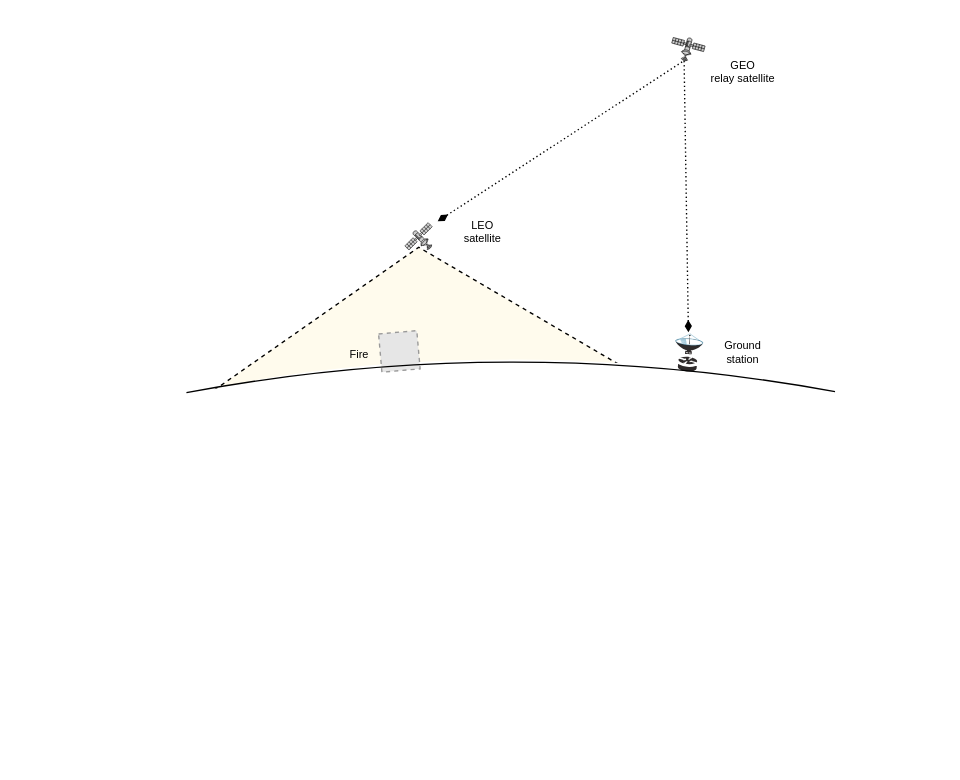
Before: Topology scenario 3.drawio in Mast3rwaf1z/p4, a draw.io diagram. Source tidied: cells renumbered, new cells numbered last; positions are measured from the earlier drawing's top-left corner, leaving out a move shared by most shapes. Both pictures are drawn from the tidied source at 137%, with x=0, y=0 at pixel (99, 30). Pictures stored in the file or linked from it are replaced by grey dashed boxes.
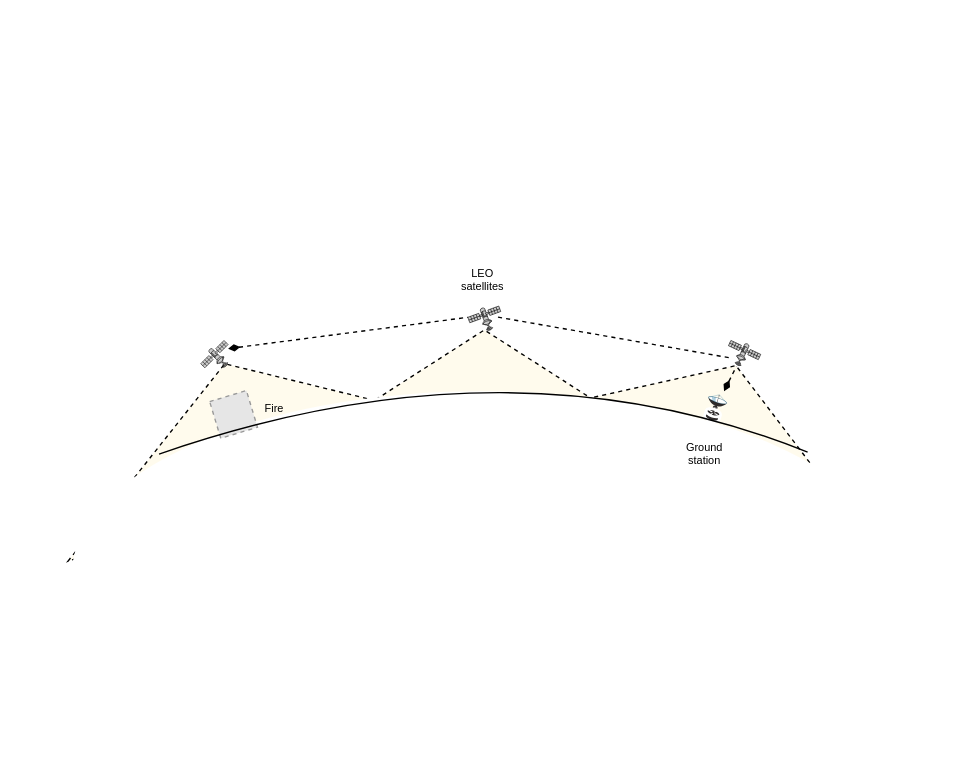
The same page after the edit.

What changed in the source:
```diff
@@
-    <mxCell id="2" style="triangle;whiteSpace=wrap;html=1;fillColor=#fff2cc;dashed=1;rotation=-92.3;strokeColor=none;opacity=35;" parent="1" vertex="1">
-      <mxGeometry x="179.8" y="40" width="111.1" height="347" as="geometry" />
-    </mxCell>
+    <mxCell id="16" style="triangle;whiteSpace=wrap;html=1;fillColor=#fff2cc;dashed=1;rotation=-108.9;strokeColor=none;opacity=35;" parent="1" vertex="1">
+      <mxGeometry x="58" y="135" width="99.3" height="310" as="geometry" />
+    </mxCell>
+    <mxCell id="17" style="triangle;whiteSpace=wrap;html=1;fillColor=#fff2cc;dashed=1;rotation=-90;strokeColor=none;opacity=35;" parent="1" vertex="1">
+      <mxGeometry x="231.4" y="113" width="99.3" height="310" as="geometry" />
+    </mxCell>
+    <mxCell id="18" style="triangle;whiteSpace=wrap;html=1;fillColor=#fff2cc;dashed=1;rotation=-69.9;strokeColor=none;opacity=35;" parent="1" vertex="1">
+      <mxGeometry x="398" y="136" width="99.3" height="310" as="geometry" />
+    </mxCell>
+    <mxCell id="19" style="triangle;whiteSpace=wrap;html=1;fillColor=none;dashed=1;rotation=-69.9;" parent="1" vertex="1">
+      <mxGeometry x="398" y="136" width="99.3" height="310" as="geometry" />
+    </mxCell>
+    <mxCell id="20" style="triangle;whiteSpace=wrap;html=1;fillColor=none;dashed=1;rotation=-90;" parent="1" vertex="1">
+      <mxGeometry x="231.4" y="113" width="99.3" height="310" as="geometry" />
+    </mxCell>
-    <mxCell id="3" style="triangle;whiteSpace=wrap;html=1;fillColor=none;dashed=1;rotation=-92.3;" parent="1" vertex="1">
-      <mxGeometry x="179.8" y="40" width="111.1" height="347" as="geometry" />
+    <mxCell id="3" style="triangle;whiteSpace=wrap;html=1;fillColor=none;dashed=1;rotation=-108.9;" parent="1" vertex="1">
+      <mxGeometry x="58" y="135" width="99.3" height="310" as="geometry" />
     </mxCell>
     <mxCell id="4" style="ellipse;whiteSpace=wrap;html=1;fontSize=8;fillColor=default;strokeColor=none;" parent="1" vertex="1">
-      <mxGeometry y="240" width="600" height="140" as="geometry" />
+      <mxGeometry x="-20" y="263" width="600" height="267" as="geometry" />
     </mxCell>
-    <mxCell id="5" style="fontColor=#0066CC;verticalAlign=top;verticalLabelPosition=bottom;labelPosition=center;align=center;html=1;outlineConnect=0;fillColor=#CCCCCC;strokeColor=#000000;gradientColor=none;gradientDirection=north;strokeWidth=2;shape=mxgraph.networks.satellite;rotation=-90;" parent="1" vertex="1">
-      <mxGeometry x="223" y="140" width="20" height="20" as="geometry" />
+    <mxCell id="5" style="fontColor=#0066CC;verticalAlign=top;verticalLabelPosition=bottom;labelPosition=center;align=center;html=1;outlineConnect=0;fillColor=#CCCCCC;strokeColor=#000000;gradientColor=none;gradientDirection=north;strokeWidth=2;shape=mxgraph.networks.satellite;rotation=-65;" parent="1" vertex="1">
+      <mxGeometry x="271" y="197" width="20" height="20" as="geometry" />
     </mxCell>
-    <mxCell id="6" style="fillColor=#E6E6E6;strokeColor=#999999;dashed=1;html=1;verticalAlign=top;verticalLabelPosition=bottom;labelBackgroundColor=#ffffff;rotation=-5;" parent="1" vertex="1">
-      <mxGeometry x="205" y="220" width="28" height="28" as="geometry" />
+    <mxCell id="6" style="fillColor=#E6E6E6;strokeColor=#999999;dashed=1;html=1;verticalAlign=top;verticalLabelPosition=bottom;labelBackgroundColor=#ffffff;rotation=-16.8;" parent="1" vertex="1">
+      <mxGeometry x="84" y="266" width="28" height="28" as="geometry" />
     </mxCell>
-    <mxCell id="7" style="shape=mxgraph.cisco.wireless.ground_terminal;html=1;dashed=0;fillColor=#2E2A2A;strokeColor=#ffffff;strokeWidth=2;verticalLabelPosition=bottom;verticalAlign=top;align=center;rotation=-85.4;direction=south;" parent="1" vertex="1">
-      <mxGeometry x="415.3" y="225" width="29.4" height="20" as="geometry" />
+    <mxCell id="7" style="shape=mxgraph.cisco.wireless.ground_terminal;html=1;dashed=0;fillColor=#2E2A2A;strokeColor=#ffffff;strokeWidth=2;verticalLabelPosition=bottom;verticalAlign=top;align=center;rotation=-71.7;direction=south;" parent="1" vertex="1">
+      <mxGeometry x="439" y="268" width="21" height="14" as="geometry" />
     </mxCell>
     <mxCell id="8" value="&lt;font style=&quot;font-size: 8px&quot;&gt;Fire&lt;/font&gt;" style="text;html=1;strokeColor=none;fillColor=none;align=center;verticalAlign=middle;whiteSpace=wrap;rounded=0;" parent="1" vertex="1">
-      <mxGeometry x="160" y="220" width="60" height="30" as="geometry" />
+      <mxGeometry x="98" y="260" width="60" height="30" as="geometry" />
     </mxCell>
@@
     <mxCell id="10" value="Ground&lt;br&gt;station" style="text;html=1;strokeColor=none;fillColor=none;align=center;verticalAlign=middle;whiteSpace=wrap;rounded=0;fontSize=8;" parent="1" vertex="1">
-      <mxGeometry x="440" y="220" width="60" height="30" as="geometry" />
+      <mxGeometry x="412" y="294" width="60" height="30" as="geometry" />
     </mxCell>
-    <mxCell id="11" value="&lt;div&gt;LEO&lt;/div&gt;&lt;div&gt;satellite&lt;br&gt;&lt;/div&gt;" style="text;html=1;strokeColor=none;fillColor=none;align=center;verticalAlign=middle;whiteSpace=wrap;rounded=0;fontSize=8;" parent="1" vertex="1">
-      <mxGeometry x="250" y="132" width="60" height="30" as="geometry" />
+    <mxCell id="11" value="&lt;div&gt;LEO&lt;/div&gt;&lt;div&gt;satellites&lt;br&gt;&lt;/div&gt;" style="text;html=1;strokeColor=none;fillColor=none;align=center;verticalAlign=middle;whiteSpace=wrap;rounded=0;fontSize=8;" parent="1" vertex="1">
+      <mxGeometry x="250" y="167" width="60" height="30" as="geometry" />
     </mxCell>
-    <mxCell id="12" style="fontColor=#0066CC;verticalAlign=top;verticalLabelPosition=bottom;labelPosition=center;align=center;html=1;outlineConnect=0;fillColor=#CCCCCC;strokeColor=#000000;gradientColor=none;gradientDirection=north;strokeWidth=2;shape=mxgraph.networks.satellite;rotation=-30;" parent="1" vertex="1">
-      <mxGeometry x="420" width="20" height="20" as="geometry" />
-    </mxCell>
-    <mxCell id="13" value="&lt;div&gt;GEO&lt;br&gt;&lt;/div&gt;&lt;div&gt;relay satellite&lt;br&gt;&lt;/div&gt;" style="text;html=1;strokeColor=none;fillColor=none;align=center;verticalAlign=middle;whiteSpace=wrap;rounded=0;fontSize=8;" parent="1" vertex="1">
-      <mxGeometry x="440" y="15" width="60" height="30" as="geometry" />
-    </mxCell>
-    <mxCell id="14" style="endArrow=none;dashed=1;html=1;rounded=0;entryX=0.07;entryY=0.93;entryDx=0;entryDy=0;entryPerimeter=0;jumpStyle=none;dashPattern=1 2;endFill=0;startArrow=diamondThin;startFill=1;" parent="1" edge="1" target="12">
-      <mxGeometry relative="1" as="geometry">
-        <mxPoint x="247" y="139" as="sourcePoint" />
-      </mxGeometry>
-    </mxCell>
-    <mxCell id="15" style="endArrow=none;dashed=1;html=1;rounded=0;entryX=0.07;entryY=0.93;entryDx=0;entryDy=0;entryPerimeter=0;dashPattern=1 2;startArrow=diamondThin;startFill=1;" parent="1" edge="1" target="12">
-      <mxGeometry relative="1" as="geometry">
-        <mxPoint x="430" y="220" as="sourcePoint" />
-      </mxGeometry>
-    </mxCell>
+    <mxCell id="21" style="fontColor=#0066CC;verticalAlign=top;verticalLabelPosition=bottom;labelPosition=center;align=center;html=1;fillColor=#CCCCCC;strokeColor=#000000;gradientColor=none;gradientDirection=north;strokeWidth=2;shape=mxgraph.networks.satellite;rotation=-90;" parent="1" vertex="1">
+      <mxGeometry x="74" y="226" width="20" height="20" as="geometry" />
+    </mxCell>
+    <mxCell id="22" style="fontColor=#0066CC;verticalAlign=top;verticalLabelPosition=bottom;labelPosition=center;align=center;html=1;fillColor=#CCCCCC;strokeColor=#000000;gradientColor=none;gradientDirection=north;strokeWidth=2;shape=mxgraph.networks.satellite;rotation=-20;" parent="1" vertex="1">
+      <mxGeometry x="461" y="223" width="20" height="20" as="geometry" />
+    </mxCell>
+    <mxCell id="23" style="endArrow=none;dashed=1;html=1;rounded=0;entryX=0.15;entryY=0;entryDx=0;entryDy=0;entryPerimeter=0;startArrow=diamondThin;startFill=1;" parent="1" edge="1" target="5">
+      <mxGeometry relative="1" as="geometry">
+        <mxPoint x="94" y="232" as="sourcePoint" />
+      </mxGeometry>
+    </mxCell>
+    <mxCell id="24" style="endArrow=none;dashed=1;html=1;rounded=0;endFill=0;" parent="1" edge="1">
+      <mxGeometry relative="1" as="geometry">
+        <mxPoint x="291" y="209" as="sourcePoint" />
+        <mxPoint x="462" y="239" as="targetPoint" />
+      </mxGeometry>
+    </mxCell>
+    <mxCell id="25" style="endArrow=none;dashed=1;html=1;rounded=0;endFill=0;startArrow=diamondThin;startFill=1;" parent="1" edge="1">
+      <mxGeometry relative="1" as="geometry">
+        <mxPoint x="456" y="263" as="sourcePoint" />
+        <mxPoint x="465" y="245" as="targetPoint" />
+      </mxGeometry>
+    </mxCell>
```
